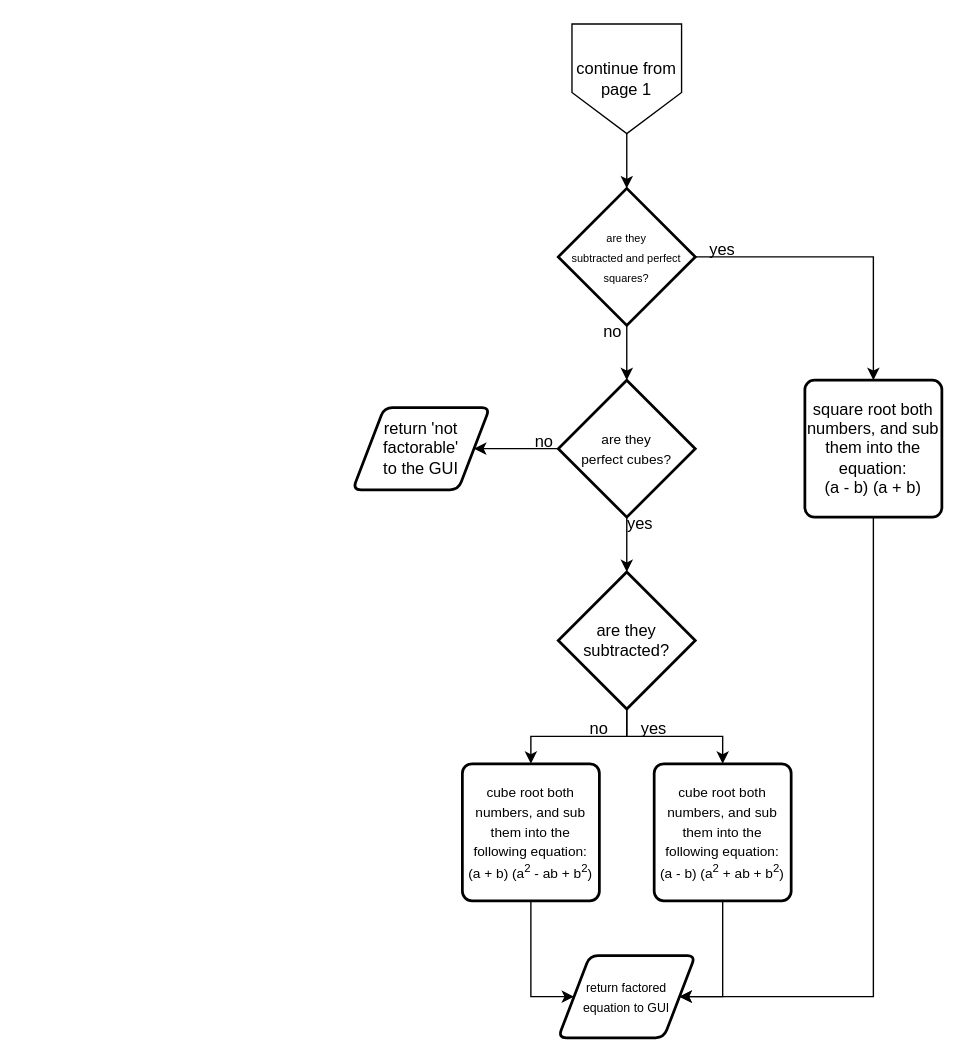
The draw.io diagram page "Page-2" (2 of 4) of important stuff/factoring parser logic.drawio in destroyer183/calculator-stuff, before the edit. Source tidied: cells renumbered, new cells numbered last; positions are measured from the earlier drawing's top-left corner, leaving out a move shared by most shapes. Both pictures are drawn from the tidied source at 137%, with x=0, y=0 at pixel (352, 23).
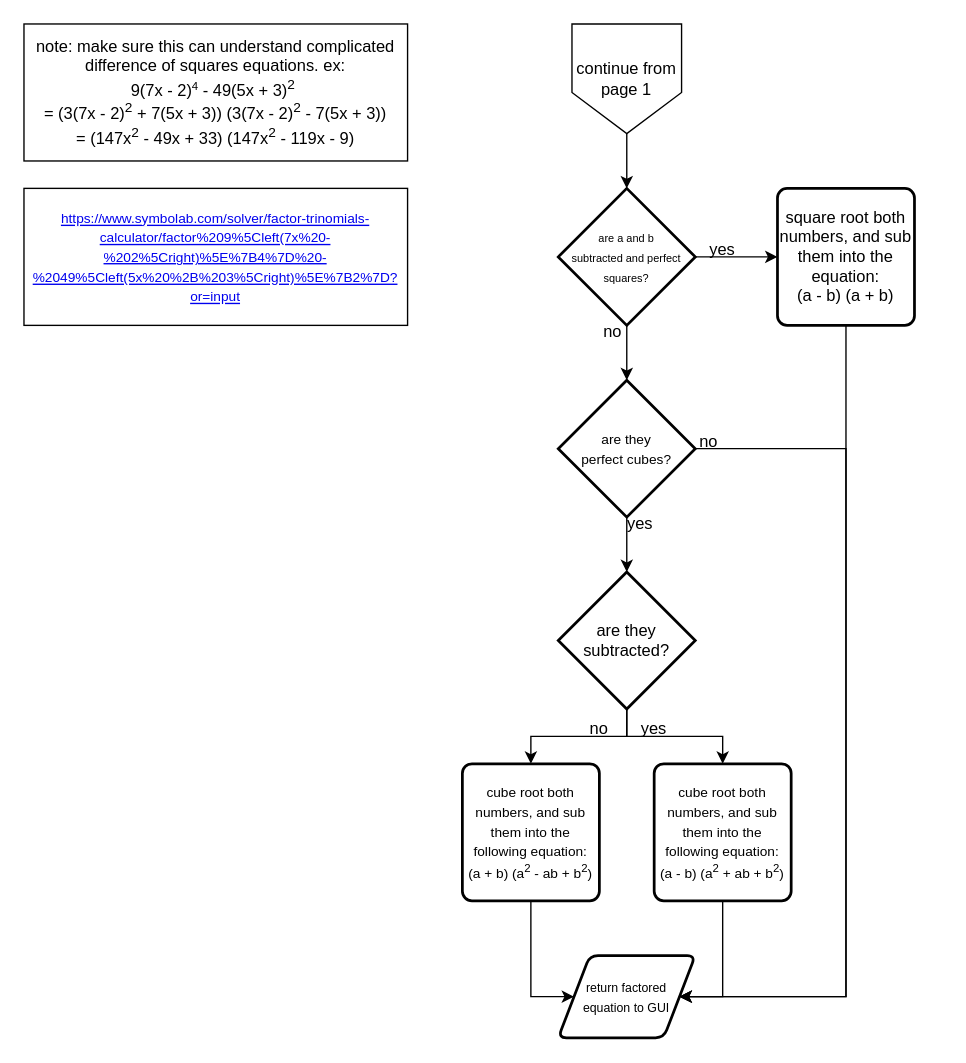
After the change.

The change refers to these unchanged cells:
```xml
<mxCell id="7" value="&lt;font style=&quot;font-size: 9px;&quot;&gt;return factored &lt;br&gt;equation to GUI&lt;/font&gt;" style="shape=parallelogram;html=1;strokeWidth=2;perimeter=parallelogramPerimeter;whiteSpace=wrap;rounded=1;arcSize=12;size=0.23;" parent="1" vertex="1">
  <mxGeometry x="150" y="680" width="100" height="60" as="geometry" />
</mxCell>
<mxCell id="10" value="&lt;font style=&quot;font-size: 10px;&quot;&gt;are they &lt;br&gt;perfect cubes?&lt;/font&gt;" style="strokeWidth=2;html=1;shape=mxgraph.flowchart.decision;whiteSpace=wrap;" parent="1" vertex="1">
  <mxGeometry x="150" y="260" width="100" height="100" as="geometry" />
</mxCell>
```

Diff of the diagram source:
```diff
@@
     <mxCell id="4" style="edgeStyle=orthogonalEdgeStyle;rounded=0;jettySize=auto;html=1;entryX=1;entryY=0.5;entryDx=0;entryDy=0;exitX=0.5;exitY=1;exitDx=0;exitDy=0;" parent="1" edge="1" source="5" target="7">
       <mxGeometry relative="1" as="geometry">
         <Array as="points">
-          <mxPoint x="380" y="710" />
+          <mxPoint x="360" y="710" />
         </Array>
       </mxGeometry>
     </mxCell>
     <mxCell id="5" value="square root both numbers, and sub them into the equation: &lt;br&gt;(a - b) (a + b)" style="rounded=1;whiteSpace=wrap;html=1;absoluteArcSize=1;arcSize=14;strokeWidth=2;" parent="1" vertex="1">
-      <mxGeometry x="330" y="260" width="100" height="100" as="geometry" />
+      <mxGeometry x="310" y="120" width="100" height="100" as="geometry" />
     </mxCell>
@@
-    <mxCell id="8" style="edgeStyle=orthogonalEdgeStyle;rounded=0;jettySize=auto;html=1;" parent="1" edge="1" source="10" target="12">
-      <mxGeometry relative="1" as="geometry" />
-    </mxCell>
@@
+    <mxCell id="27" style="edgeStyle=orthogonalEdgeStyle;rounded=0;jettySize=auto;html=1;entryX=1;entryY=0.5;entryDx=0;entryDy=0;exitX=1;exitY=0.5;exitDx=0;exitDy=0;exitPerimeter=0;" parent="1" edge="1" source="10" target="7">
+      <mxGeometry relative="1" as="geometry">
+        <Array as="points">
+          <mxPoint x="360" y="310" />
+          <mxPoint x="360" y="710" />
+        </Array>
+      </mxGeometry>
+    </mxCell>
@@
-    <mxCell id="12" value="return 'not factorable'&lt;br&gt;to the GUI" style="shape=parallelogram;html=1;strokeWidth=2;perimeter=parallelogramPerimeter;whiteSpace=wrap;rounded=1;arcSize=12;size=0.23;" parent="1" vertex="1">
-      <mxGeometry y="280" width="100" height="60" as="geometry" />
-    </mxCell>
     <mxCell id="13" value="no" style="text;html=1;strokeColor=none;fillColor=none;align=center;verticalAlign=middle;whiteSpace=wrap;rounded=0;" parent="1" vertex="1">
-      <mxGeometry x="110" y="290" width="60" height="30" as="geometry" />
+      <mxGeometry x="230" y="290" width="60" height="30" as="geometry" />
     </mxCell>
@@
-    <mxCell id="25" style="edgeStyle=orthogonalEdgeStyle;rounded=0;jettySize=auto;html=1;entryX=0.5;entryY=0;entryDx=0;entryDy=0;" parent="1" edge="1" source="26" target="5">
-      <mxGeometry relative="1" as="geometry">
-        <Array as="points">
-          <mxPoint x="380" y="170" />
-        </Array>
-      </mxGeometry>
+    <mxCell id="25" style="edgeStyle=orthogonalEdgeStyle;rounded=0;jettySize=auto;html=1;entryX=0;entryY=0.5;entryDx=0;entryDy=0;" parent="1" edge="1" source="26" target="5">
+      <mxGeometry relative="1" as="geometry" />
     </mxCell>
-    <mxCell id="26" value="&lt;font style=&quot;font-size: 8px;&quot;&gt;are they&lt;br style=&quot;border-color: var(--border-color);&quot;&gt;subtracted and perfect squares?&lt;/font&gt;" style="strokeWidth=2;html=1;shape=mxgraph.flowchart.decision;whiteSpace=wrap;" parent="1" vertex="1">
+    <mxCell id="26" value="&lt;font style=&quot;font-size: 8px;&quot;&gt;are a and b&lt;br style=&quot;border-color: var(--border-color);&quot;&gt;subtracted and perfect squares?&lt;/font&gt;" style="strokeWidth=2;html=1;shape=mxgraph.flowchart.decision;whiteSpace=wrap;" parent="1" vertex="1">
       <mxGeometry x="150" y="120" width="100" height="100" as="geometry" />
     </mxCell>
+    <mxCell id="28" value="note: make sure this can understand complicated difference of squares equations. ex:&lt;br&gt;9(7x - 2)&lt;span style=&quot;font-size: 10px;&quot;&gt;&lt;sup&gt;4&lt;/sup&gt;&lt;/span&gt;&amp;nbsp;- 49(5x + 3)&lt;sup&gt;2&lt;/sup&gt;&amp;nbsp;&lt;br&gt;= (3(7x - 2)&lt;sup&gt;2&lt;/sup&gt;&amp;nbsp;+ 7(5x + 3))&amp;nbsp;(3(7x - 2)&lt;sup style=&quot;border-color: var(--border-color);&quot;&gt;2&lt;/sup&gt;&amp;nbsp;- 7(5x + 3))&lt;br&gt;= (147x&lt;sup&gt;2&lt;/sup&gt;&amp;nbsp;- 49x + 33) (147x&lt;sup style=&quot;border-color: var(--border-color);&quot;&gt;2&lt;/sup&gt;&amp;nbsp;- 119x - 9)" style="rounded=0;whiteSpace=wrap;html=1;" parent="1" vertex="1">
+      <mxGeometry x="-240" width="280" height="100" as="geometry" />
+    </mxCell>
+    <mxCell id="29" value="&lt;a href=&quot;https://www.symbolab.com/solver/factor-trinomials-calculator/factor%209%5Cleft(7x%20-%202%5Cright)%5E%7B4%7D%20-%2049%5Cleft(5x%20%2B%203%5Cright)%5E%7B2%7D?or=input&quot;&gt;&lt;font style=&quot;font-size: 10px;&quot;&gt;https://www.symbolab.com/solver/factor-trinomials-calculator/factor%209%5Cleft(7x%20-%202%5Cright)%5E%7B4%7D%20-%2049%5Cleft(5x%20%2B%203%5Cright)%5E%7B2%7D?or=input&lt;/font&gt;&lt;/a&gt;" style="rounded=0;whiteSpace=wrap;html=1;" parent="1" vertex="1">
+      <mxGeometry x="-240" y="120" width="280" height="100" as="geometry" />
+    </mxCell>
```
